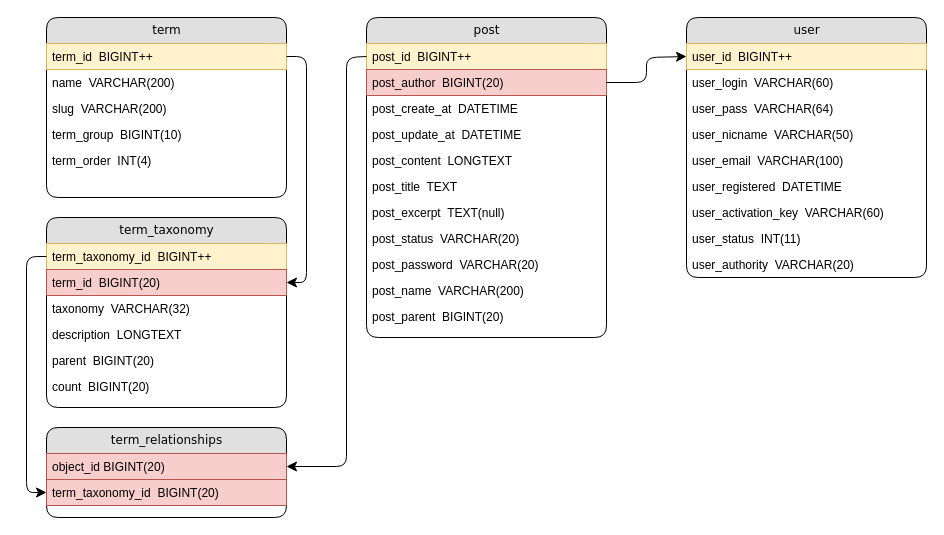
Before: Untitled Diagram.drawio in tty128/test, a draw.io diagram. Source tidied: cells renumbered, new cells numbered last; positions are measured from the earlier drawing's top-left corner, leaving out a move shared by most shapes. Both pictures are drawn from the tidied source at 100%, with x=0, y=0 at pixel (26, 17).
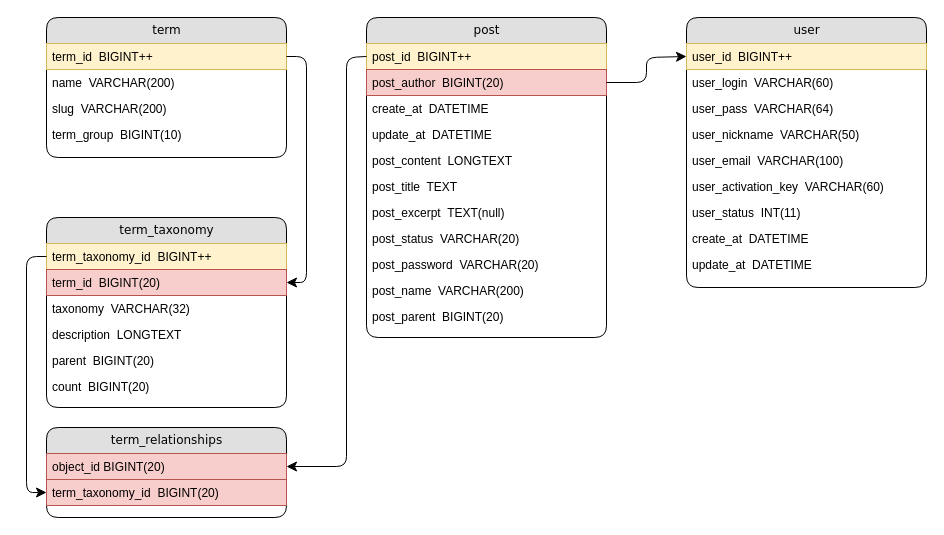
Above is the later version.

The change refers to these unchanged cells:
```xml
<mxCell id="18" value="post" style="swimlane;html=1;fontStyle=0;horizontal=1;startSize=26;fillColor=#e0e0e0;swimlaneFillColor=#ffffff;align=center;rounded=1;shadow=0;comic=0;labelBackgroundColor=none;strokeWidth=1;fontFamily=Verdana;fontSize=12;" parent="1" vertex="1">
  <mxGeometry x="340" width="240" height="320" as="geometry" />
</mxCell>
```

The edit, as a diff of the source:
```diff
@@
     <mxCell id="2" value="term" style="swimlane;html=1;fontStyle=0;horizontal=1;startSize=26;fillColor=#e0e0e0;swimlaneFillColor=#ffffff;align=center;rounded=1;shadow=0;comic=0;labelBackgroundColor=none;strokeWidth=1;fontFamily=Verdana;fontSize=12;" parent="1" vertex="1">
-      <mxGeometry x="20" width="240" height="180" as="geometry" />
+      <mxGeometry x="20" width="240" height="140" as="geometry" />
     </mxCell>
@@
-    <mxCell id="7" value="term_order&amp;nbsp; INT(4)" style="text;html=1;strokeColor=none;fillColor=none;spacingLeft=4;spacingRight=4;whiteSpace=wrap;overflow=hidden;" parent="2" vertex="1">
-      <mxGeometry y="130" width="240" height="26" as="geometry" />
-    </mxCell>
@@
-    <mxCell id="21" value="post_create_at&amp;nbsp; DATETIME" style="text;html=1;strokeColor=none;fillColor=none;spacingLeft=4;spacingRight=4;whiteSpace=wrap;overflow=hidden;" parent="18" vertex="1">
+    <mxCell id="21" value="create_at&amp;nbsp; DATETIME" style="text;html=1;strokeColor=none;fillColor=none;spacingLeft=4;spacingRight=4;whiteSpace=wrap;overflow=hidden;" parent="18" vertex="1">
       <mxGeometry y="78" width="240" height="26" as="geometry" />
     </mxCell>
-    <mxCell id="22" value="post_update_at&amp;nbsp; DATETIME" style="text;html=1;strokeColor=none;fillColor=none;spacingLeft=4;spacingRight=4;whiteSpace=wrap;overflow=hidden;" parent="18" vertex="1">
+    <mxCell id="22" value="update_at&amp;nbsp; DATETIME" style="text;html=1;strokeColor=none;fillColor=none;spacingLeft=4;spacingRight=4;whiteSpace=wrap;overflow=hidden;" parent="18" vertex="1">
       <mxGeometry y="104" width="240" height="26" as="geometry" />
     </mxCell>
@@
     <mxCell id="32" value="user" style="swimlane;html=1;fontStyle=0;horizontal=1;startSize=26;fillColor=#e0e0e0;swimlaneFillColor=#ffffff;align=center;rounded=1;shadow=0;comic=0;labelBackgroundColor=none;strokeWidth=1;fontFamily=Verdana;fontSize=12;" parent="1" vertex="1">
-      <mxGeometry x="660" width="240" height="260" as="geometry" />
+      <mxGeometry x="660" width="240" height="270" as="geometry" />
     </mxCell>
@@
-    <mxCell id="36" value="user_nicname&amp;nbsp; VARCHAR(50)" style="text;html=1;strokeColor=none;fillColor=none;spacingLeft=4;spacingRight=4;whiteSpace=wrap;overflow=hidden;" parent="32" vertex="1">
+    <mxCell id="36" value="user_nickname&amp;nbsp; VARCHAR(50)" style="text;html=1;strokeColor=none;fillColor=none;spacingLeft=4;spacingRight=4;whiteSpace=wrap;overflow=hidden;" parent="32" vertex="1">
       <mxGeometry y="104" width="240" height="26" as="geometry" />
     </mxCell>
@@
-    <mxCell id="38" value="user_registered&amp;nbsp; DATETIME" style="text;html=1;strokeColor=none;fillColor=none;spacingLeft=4;spacingRight=4;whiteSpace=wrap;overflow=hidden;" parent="32" vertex="1">
-      <mxGeometry y="156" width="240" height="26" as="geometry" />
-    </mxCell>
     <mxCell id="39" value="user_activation_key&amp;nbsp; VARCHAR(60)" style="text;html=1;strokeColor=none;fillColor=none;spacingLeft=4;spacingRight=4;whiteSpace=wrap;overflow=hidden;" parent="32" vertex="1">
-      <mxGeometry y="182" width="240" height="26" as="geometry" />
+      <mxGeometry y="156" width="240" height="26" as="geometry" />
     </mxCell>
     <mxCell id="40" value="user_status&amp;nbsp; INT(11)" style="text;html=1;strokeColor=none;fillColor=none;spacingLeft=4;spacingRight=4;whiteSpace=wrap;overflow=hidden;" parent="32" vertex="1">
-      <mxGeometry y="208" width="240" height="26" as="geometry" />
+      <mxGeometry y="182" width="240" height="26" as="geometry" />
     </mxCell>
-    <mxCell id="41" value="user_authority&amp;nbsp; VARCHAR(20)" style="text;html=1;strokeColor=none;fillColor=none;spacingLeft=4;spacingRight=4;whiteSpace=wrap;overflow=hidden;" parent="1" vertex="1">
-      <mxGeometry x="660" y="234" width="240" height="26" as="geometry" />
+    <mxCell id="41" value="create_at&amp;nbsp; DATETIME" style="text;html=1;strokeColor=none;fillColor=none;spacingLeft=4;spacingRight=4;whiteSpace=wrap;overflow=hidden;" parent="32" vertex="1">
+      <mxGeometry y="208" width="240" height="26" as="geometry" />
     </mxCell>
+    <mxCell id="44" value="update_at&amp;nbsp; DATETIME" style="text;html=1;strokeColor=none;fillColor=none;spacingLeft=4;spacingRight=4;whiteSpace=wrap;overflow=hidden;" parent="32" vertex="1">
+      <mxGeometry y="234" width="240" height="26" as="geometry" />
+    </mxCell>
```
